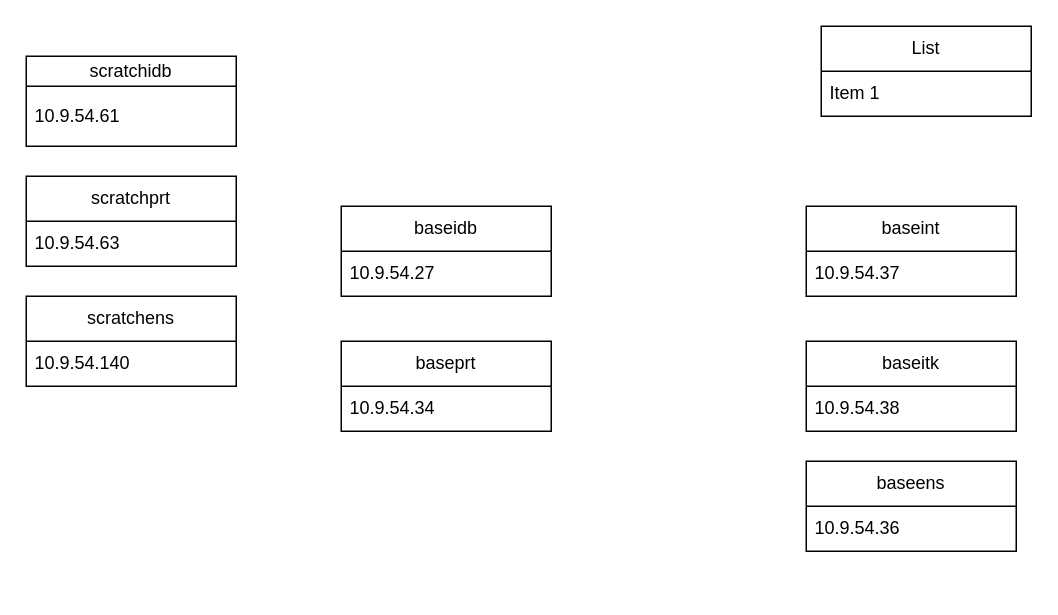
The draw.io diagram page "Scratch/Base/Train" (3 of 4) of trak.drawio in auchmon/auchmon, before the edit. Source tidied: cells renumbered, new cells numbered last; positions are measured from the earlier drawing's top-left corner, leaving out a move shared by most shapes. Both pictures are drawn from the tidied source at 150%, with x=0, y=0 at pixel (26, 26).
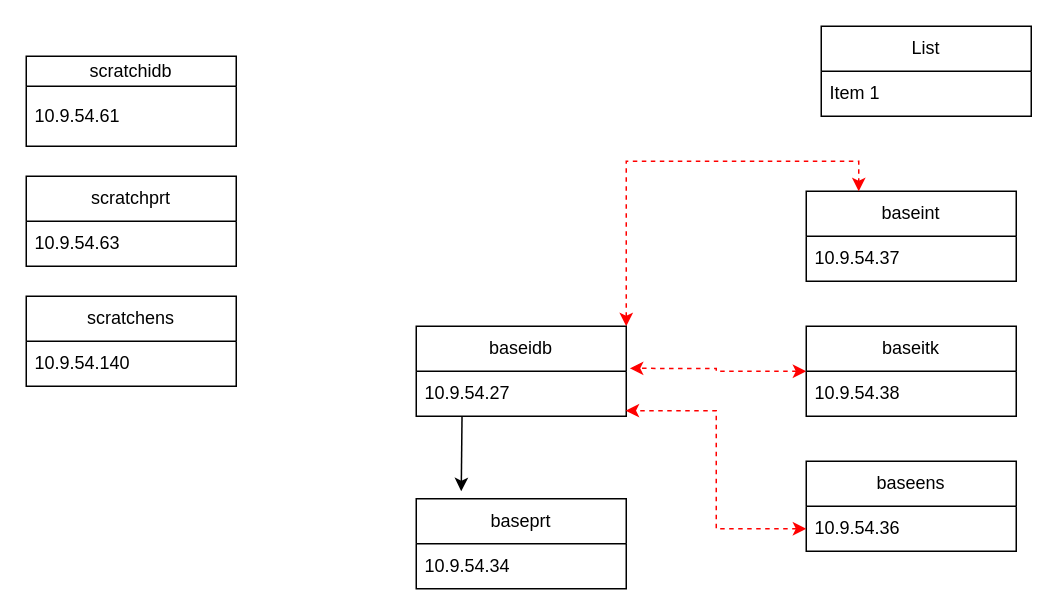
After the change.

Unchanged cells that the change refers to:
```xml
<mxCell id="11" value="10.9.54.36" style="text;strokeColor=none;fillColor=none;align=left;verticalAlign=middle;spacingLeft=4;spacingRight=4;overflow=hidden;points=[[0,0.5],[1,0.5]];portConstraint=eastwest;whiteSpace=wrap;html=1;" parent="10" vertex="1">
  <mxGeometry y="30" width="140" height="30" as="geometry" />
</mxCell>
<mxCell id="17" value="10.9.54.27" style="text;strokeColor=none;fillColor=none;align=left;verticalAlign=middle;spacingLeft=4;spacingRight=4;overflow=hidden;points=[[0,0.5],[1,0.5]];portConstraint=eastwest;whiteSpace=wrap;html=1;" parent="16" vertex="1">
  <mxGeometry y="30" width="140" height="30" as="geometry" />
</mxCell>
```

The edit, as a diff of the source:
```diff
@@
     <mxCell id="12" value="baseprt" style="swimlane;fontStyle=0;horizontal=1;startSize=30;whiteSpace=wrap;html=1;" parent="1" vertex="1">
-      <mxGeometry x="210" y="210" width="140" height="60" as="geometry" />
+      <mxGeometry x="260" y="315" width="140" height="60" as="geometry" />
     </mxCell>
@@
     <mxCell id="14" value="baseint" style="swimlane;fontStyle=0;horizontal=1;startSize=30;whiteSpace=wrap;html=1;" parent="1" vertex="1">
-      <mxGeometry x="520" y="120" width="140" height="60" as="geometry" />
+      <mxGeometry x="520" y="110" width="140" height="60" as="geometry" />
     </mxCell>
@@
+    <mxCell id="20" style="edgeStyle=orthogonalEdgeStyle;rounded=0;jettySize=auto;html=1;exitX=0.218;exitY=0.997;exitDx=0;exitDy=0;exitPerimeter=0;" parent="1" edge="1" source="17">
+      <mxGeometry relative="1" as="geometry">
+        <mxPoint x="290" y="310" as="targetPoint" />
+      </mxGeometry>
+    </mxCell>
+    <mxCell id="21" style="edgeStyle=orthogonalEdgeStyle;rounded=0;jettySize=auto;html=1;entryX=0.25;entryY=0;entryDx=0;entryDy=0;exitX=1;exitY=0;exitDx=0;exitDy=0;dashed=1;strokeColor=#FF0000;startArrow=classic;startFill=1;" parent="1" edge="1" source="16" target="14">
+      <mxGeometry relative="1" as="geometry" />
+    </mxCell>
     <mxCell id="16" value="baseidb" style="swimlane;fontStyle=0;horizontal=1;startSize=30;whiteSpace=wrap;html=1;" parent="1" vertex="1">
-      <mxGeometry x="210" y="120" width="140" height="60" as="geometry" />
+      <mxGeometry x="260" y="200" width="140" height="60" as="geometry" />
     </mxCell>
@@
+    <mxCell id="22" style="edgeStyle=orthogonalEdgeStyle;rounded=0;jettySize=auto;html=1;dashed=1;strokeColor=#FF0000;startArrow=classic;startFill=1;entryX=1.017;entryY=-0.064;entryDx=0;entryDy=0;entryPerimeter=0;" parent="1" edge="1" source="18" target="17">
+      <mxGeometry relative="1" as="geometry" />
+    </mxCell>
     <mxCell id="18" value="baseitk" style="swimlane;fontStyle=0;horizontal=1;startSize=30;whiteSpace=wrap;html=1;" parent="1" vertex="1">
-      <mxGeometry x="520" y="210" width="140" height="60" as="geometry" />
+      <mxGeometry x="520" y="200" width="140" height="60" as="geometry" />
     </mxCell>
@@
+    <mxCell id="23" style="edgeStyle=orthogonalEdgeStyle;rounded=0;jettySize=auto;html=1;entryX=0.997;entryY=0.876;entryDx=0;entryDy=0;entryPerimeter=0;startArrow=classic;startFill=1;strokeColor=#FF0000;dashed=1;" parent="1" edge="1" source="11" target="17">
+      <mxGeometry relative="1" as="geometry" />
+    </mxCell>
```
